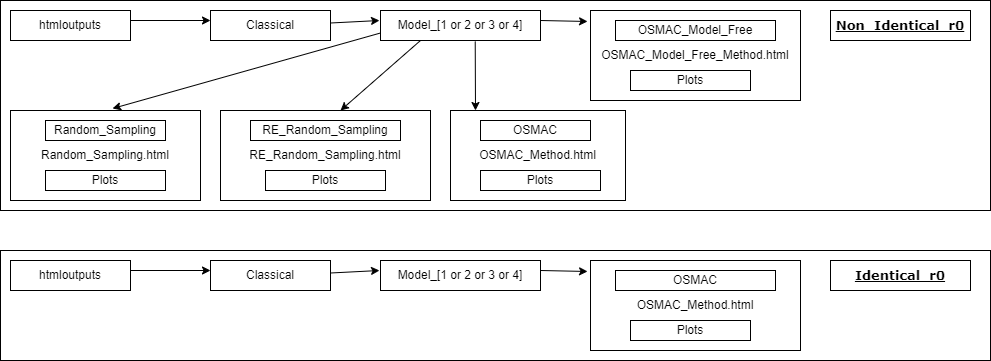
Before: Images/htmloutputs.png, a diagram exported from draw.io (Amalan-ConStat/RS_OS_MROS_LR_TwoVar_Exponential). Source tidied: cells renumbered, new cells last; positions are measured from the earlier drawing's top-left corner, leaving out a move shared by most shapes.
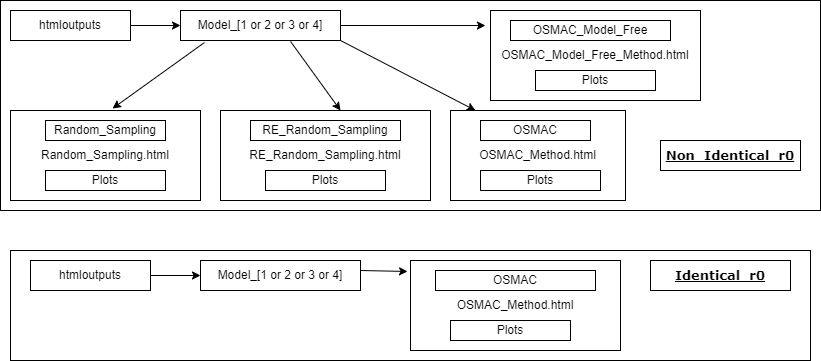
Later version of the same file.

Diff of the diagram source:
```diff
@@ -3,10 +3,10 @@
     <mxCell id="0" />
     <mxCell id="1" parent="0" />
     <mxCell id="2" style="rounded=0;whiteSpace=wrap;html=1;fontFamily=Verdana;fontSize=13;fontColor=#000000;" parent="1" vertex="1">
-      <mxGeometry y="250" width="990" height="110" as="geometry" />
+      <mxGeometry x="10" y="250" width="800" height="110" as="geometry" />
     </mxCell>
     <mxCell id="3" style="rounded=0;whiteSpace=wrap;html=1;fontFamily=Verdana;fontSize=13;fontColor=#000000;" parent="1" vertex="1">
-      <mxGeometry width="990" height="210" as="geometry" />
+      <mxGeometry width="820" height="210" as="geometry" />
     </mxCell>
     <mxCell id="4" value="OSMAC_Method.html" style="rounded=0;whiteSpace=wrap;html=1;" parent="1" vertex="1">
       <mxGeometry x="450" y="110" width="175" height="90" as="geometry" />
@@ -17,14 +17,14 @@
     <mxCell id="6" value="Random_Sampling.html&lt;br&gt;" style="rounded=0;whiteSpace=wrap;html=1;" parent="1" vertex="1">
       <mxGeometry x="10" y="110" width="190" height="90" as="geometry" />
     </mxCell>
+    <mxCell id="36" style="edgeStyle=orthogonalEdgeStyle;rounded=0;jettySize=auto;html=1;" parent="1" edge="1" source="7" target="9">
+      <mxGeometry relative="1" as="geometry" />
+    </mxCell>
     <mxCell id="7" value="htmloutputs" style="rounded=0;whiteSpace=wrap;html=1;" parent="1" vertex="1">
       <mxGeometry x="10" y="10" width="120" height="30" as="geometry" />
     </mxCell>
-    <mxCell id="8" value="Classical" style="rounded=0;whiteSpace=wrap;html=1;" parent="1" vertex="1">
-      <mxGeometry x="210" y="10" width="120" height="30" as="geometry" />
-    </mxCell>
     <mxCell id="9" value="Model_[1 or 2 or 3 or 4]" style="rounded=0;whiteSpace=wrap;html=1;" parent="1" vertex="1">
-      <mxGeometry x="380" y="10" width="160" height="30" as="geometry" />
+      <mxGeometry x="180" y="10" width="160" height="30" as="geometry" />
     </mxCell>
     <mxCell id="10" value="Random_Sampling" style="rounded=0;whiteSpace=wrap;html=1;" parent="1" vertex="1">
       <mxGeometry x="45" y="120" width="120" height="20" as="geometry" />
@@ -35,27 +35,15 @@
     <mxCell id="12" value="OSMAC" style="rounded=0;whiteSpace=wrap;html=1;" parent="1" vertex="1">
       <mxGeometry x="480" y="120" width="110" height="20" as="geometry" />
     </mxCell>
-    <mxCell id="13" style="endArrow=classic;html=1;" parent="1" edge="1">
-      <mxGeometry relative="1" as="geometry">
-        <mxPoint x="130" y="20" as="sourcePoint" />
-        <mxPoint x="210" y="20" as="targetPoint" />
-      </mxGeometry>
-    </mxCell>
-    <mxCell id="14" style="endArrow=classic;html=1;exitX=1;exitY=0.25;exitDx=0;exitDy=0;" parent="1" edge="1">
-      <mxGeometry relative="1" as="geometry">
-        <mxPoint x="330" y="22.5" as="sourcePoint" />
-        <mxPoint x="379" y="20" as="targetPoint" />
-      </mxGeometry>
-    </mxCell>
-    <mxCell id="15" style="endArrow=classic;html=1;exitX=0;exitY=0.75;exitDx=0;exitDy=0;entryX=0.537;entryY=-0.022;entryDx=0;entryDy=0;entryPerimeter=0;" parent="1" edge="1" source="9" target="6">
+    <mxCell id="15" style="endArrow=classic;html=1;exitX=0.15;exitY=1.067;exitDx=0;exitDy=0;entryX=0.537;entryY=-0.022;entryDx=0;entryDy=0;entryPerimeter=0;exitPerimeter=0;" parent="1" edge="1" source="9" target="6">
       <mxGeometry relative="1" as="geometry" />
     </mxCell>
-    <mxCell id="16" style="endArrow=classic;html=1;exitX=0.25;exitY=1;exitDx=0;exitDy=0;" parent="1" edge="1" source="9">
+    <mxCell id="16" style="endArrow=classic;html=1;exitX=0.688;exitY=1.033;exitDx=0;exitDy=0;exitPerimeter=0;" parent="1" edge="1" source="9">
       <mxGeometry relative="1" as="geometry">
         <mxPoint x="340" y="110" as="targetPoint" />
       </mxGeometry>
     </mxCell>
-    <mxCell id="17" style="endArrow=classic;html=1;exitX=0.592;exitY=1.033;exitDx=0;exitDy=0;exitPerimeter=0;" parent="1" edge="1" source="9">
+    <mxCell id="17" style="endArrow=classic;html=1;exitX=1;exitY=1;exitDx=0;exitDy=0;" parent="1" edge="1" source="9">
       <mxGeometry relative="1" as="geometry">
         <mxPoint x="475" y="110" as="targetPoint" />
       </mxGeometry>
@@ -70,59 +58,45 @@
       <mxGeometry x="480" y="170" width="120" height="20" as="geometry" />
     </mxCell>
     <mxCell id="21" value="OSMAC_Model_Free_Method.html" style="rounded=0;whiteSpace=wrap;html=1;" parent="1" vertex="1">
-      <mxGeometry x="590" y="10" width="210" height="90" as="geometry" />
+      <mxGeometry x="490" y="10" width="210" height="90" as="geometry" />
     </mxCell>
     <mxCell id="22" value="OSMAC_Model_Free" style="rounded=0;whiteSpace=wrap;html=1;" parent="1" vertex="1">
-      <mxGeometry x="615" y="20" width="160" height="20" as="geometry" />
+      <mxGeometry x="510" y="20" width="160" height="20" as="geometry" />
     </mxCell>
     <mxCell id="23" value="Plots" style="rounded=0;whiteSpace=wrap;html=1;" parent="1" vertex="1">
-      <mxGeometry x="630" y="70" width="120" height="20" as="geometry" />
+      <mxGeometry x="535" y="70" width="120" height="20" as="geometry" />
     </mxCell>
-    <mxCell id="24" style="endArrow=classic;html=1;exitX=0.592;exitY=1.033;exitDx=0;exitDy=0;exitPerimeter=0;entryX=-0.014;entryY=0.122;entryDx=0;entryDy=0;entryPerimeter=0;" parent="1" edge="1" target="21">
-      <mxGeometry relative="1" as="geometry">
-        <mxPoint x="540" y="20" as="sourcePoint" />
-      </mxGeometry>
+    <mxCell id="24" style="endArrow=classic;html=1;exitX=1;exitY=0.5;exitDx=0;exitDy=0;entryX=-0.024;entryY=0.167;entryDx=0;entryDy=0;entryPerimeter=0;" parent="1" edge="1" source="9" target="21">
+      <mxGeometry relative="1" as="geometry" />
     </mxCell>
     <mxCell id="25" value="&lt;font color=&quot;#000000&quot;&gt;&lt;b&gt;&lt;u&gt;Non_Identical_r0&lt;/u&gt;&lt;/b&gt;&lt;/font&gt;" style="rounded=0;whiteSpace=wrap;html=1;fontFamily=Verdana;fontSize=13;fontColor=#CC00CC;" parent="1" vertex="1">
-      <mxGeometry x="830" y="10" width="140" height="30" as="geometry" />
+      <mxGeometry x="660" y="140" width="140" height="30" as="geometry" />
     </mxCell>
+    <mxCell id="37" style="edgeStyle=orthogonalEdgeStyle;rounded=0;jettySize=auto;html=1;" parent="1" edge="1" source="26" target="28">
+      <mxGeometry relative="1" as="geometry" />
+    </mxCell>
     <mxCell id="26" value="htmloutputs" style="rounded=0;whiteSpace=wrap;html=1;" parent="1" vertex="1">
-      <mxGeometry x="10" y="260" width="120" height="30" as="geometry" />
+      <mxGeometry x="30" y="260" width="120" height="30" as="geometry" />
     </mxCell>
-    <mxCell id="27" value="Classical" style="rounded=0;whiteSpace=wrap;html=1;" parent="1" vertex="1">
-      <mxGeometry x="210" y="260" width="120" height="30" as="geometry" />
-    </mxCell>
     <mxCell id="28" value="Model_[1 or 2 or 3 or 4]" style="rounded=0;whiteSpace=wrap;html=1;" parent="1" vertex="1">
-      <mxGeometry x="380" y="260" width="160" height="30" as="geometry" />
+      <mxGeometry x="200" y="260" width="160" height="30" as="geometry" />
     </mxCell>
-    <mxCell id="29" style="endArrow=classic;html=1;" parent="1" edge="1">
-      <mxGeometry relative="1" as="geometry">
-        <mxPoint x="130" y="270" as="sourcePoint" />
-        <mxPoint x="210" y="270" as="targetPoint" />
-      </mxGeometry>
-    </mxCell>
-    <mxCell id="30" style="endArrow=classic;html=1;exitX=1;exitY=0.25;exitDx=0;exitDy=0;" parent="1" edge="1">
-      <mxGeometry relative="1" as="geometry">
-        <mxPoint x="330" y="272.5" as="sourcePoint" />
-        <mxPoint x="379" y="270" as="targetPoint" />
-      </mxGeometry>
-    </mxCell>
     <mxCell id="31" value="OSMAC_Method.html" style="rounded=0;whiteSpace=wrap;html=1;" parent="1" vertex="1">
-      <mxGeometry x="590" y="260" width="210" height="90" as="geometry" />
+      <mxGeometry x="410" y="260" width="210" height="90" as="geometry" />
     </mxCell>
     <mxCell id="32" value="OSMAC" style="rounded=0;whiteSpace=wrap;html=1;" parent="1" vertex="1">
-      <mxGeometry x="615" y="270" width="160" height="20" as="geometry" />
+      <mxGeometry x="435" y="270" width="160" height="20" as="geometry" />
     </mxCell>
     <mxCell id="33" value="Plots" style="rounded=0;whiteSpace=wrap;html=1;" parent="1" vertex="1">
-      <mxGeometry x="630" y="320" width="120" height="20" as="geometry" />
+      <mxGeometry x="450" y="320" width="120" height="20" as="geometry" />
     </mxCell>
     <mxCell id="34" style="endArrow=classic;html=1;exitX=0.592;exitY=1.033;exitDx=0;exitDy=0;exitPerimeter=0;entryX=-0.014;entryY=0.122;entryDx=0;entryDy=0;entryPerimeter=0;" parent="1" edge="1" target="31">
       <mxGeometry relative="1" as="geometry">
-        <mxPoint x="540" y="270" as="sourcePoint" />
+        <mxPoint x="360" y="270" as="sourcePoint" />
       </mxGeometry>
     </mxCell>
     <mxCell id="35" value="&lt;font color=&quot;#000000&quot;&gt;&lt;b&gt;&lt;u&gt;Identical_r0&lt;/u&gt;&lt;/b&gt;&lt;/font&gt;" style="rounded=0;whiteSpace=wrap;html=1;fontFamily=Verdana;fontSize=13;fontColor=#CC00CC;" parent="1" vertex="1">
-      <mxGeometry x="830" y="260" width="140" height="30" as="geometry" />
+      <mxGeometry x="650" y="260" width="140" height="30" as="geometry" />
     </mxCell>
   </root>
 </mxGraphModel>
```
